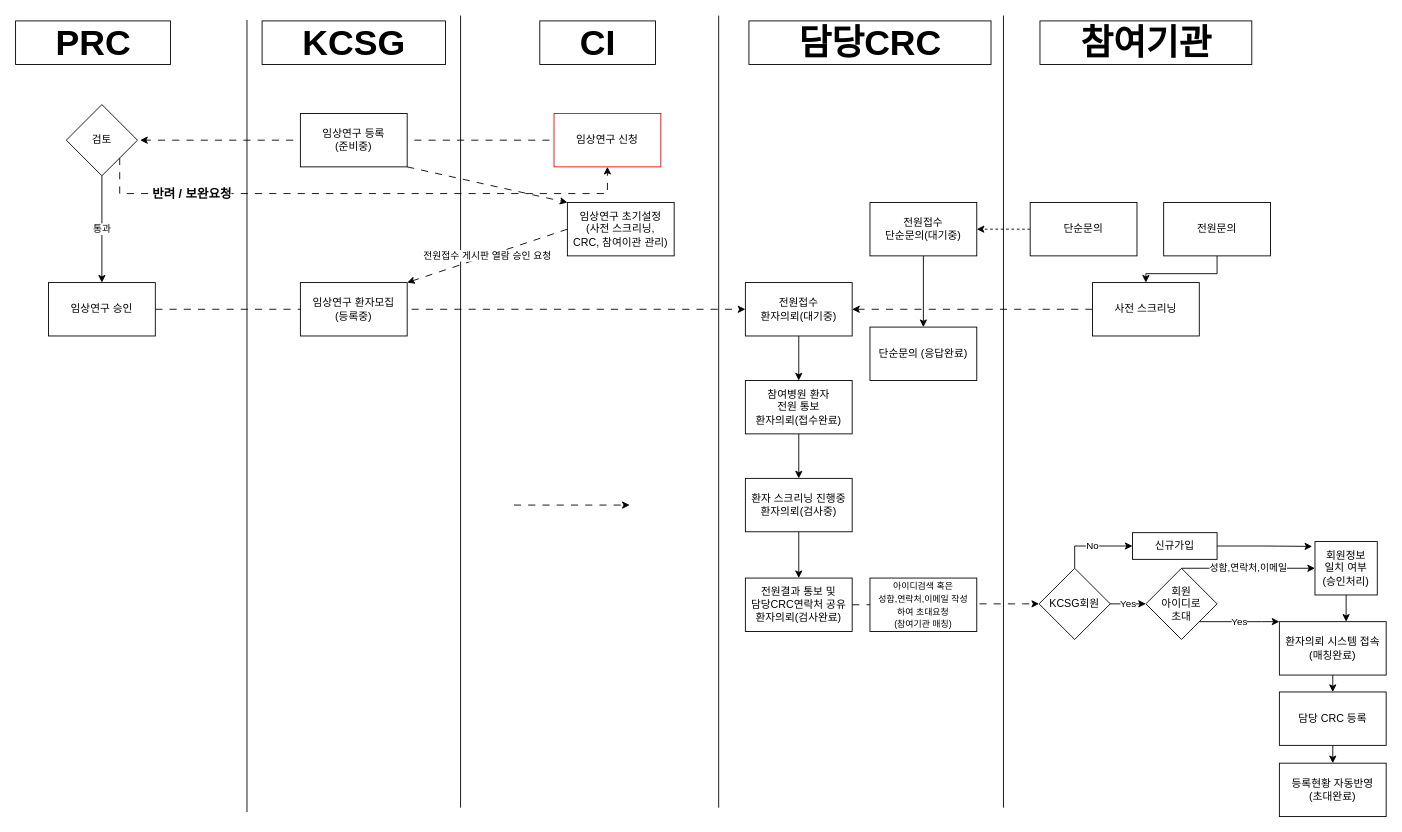
This is page "Process" (1 of 2) of Algo/withSystem.drawio from Mark1237200/Projects, a draw.io file, before an edit. Source tidied: cells renumbered, new cells numbered last; positions are measured from the earlier drawing's top-left corner, leaving out a move shared by most shapes. Both pictures are drawn from the tidied source at 89%, with x=0, y=0 at pixel (48, 15).
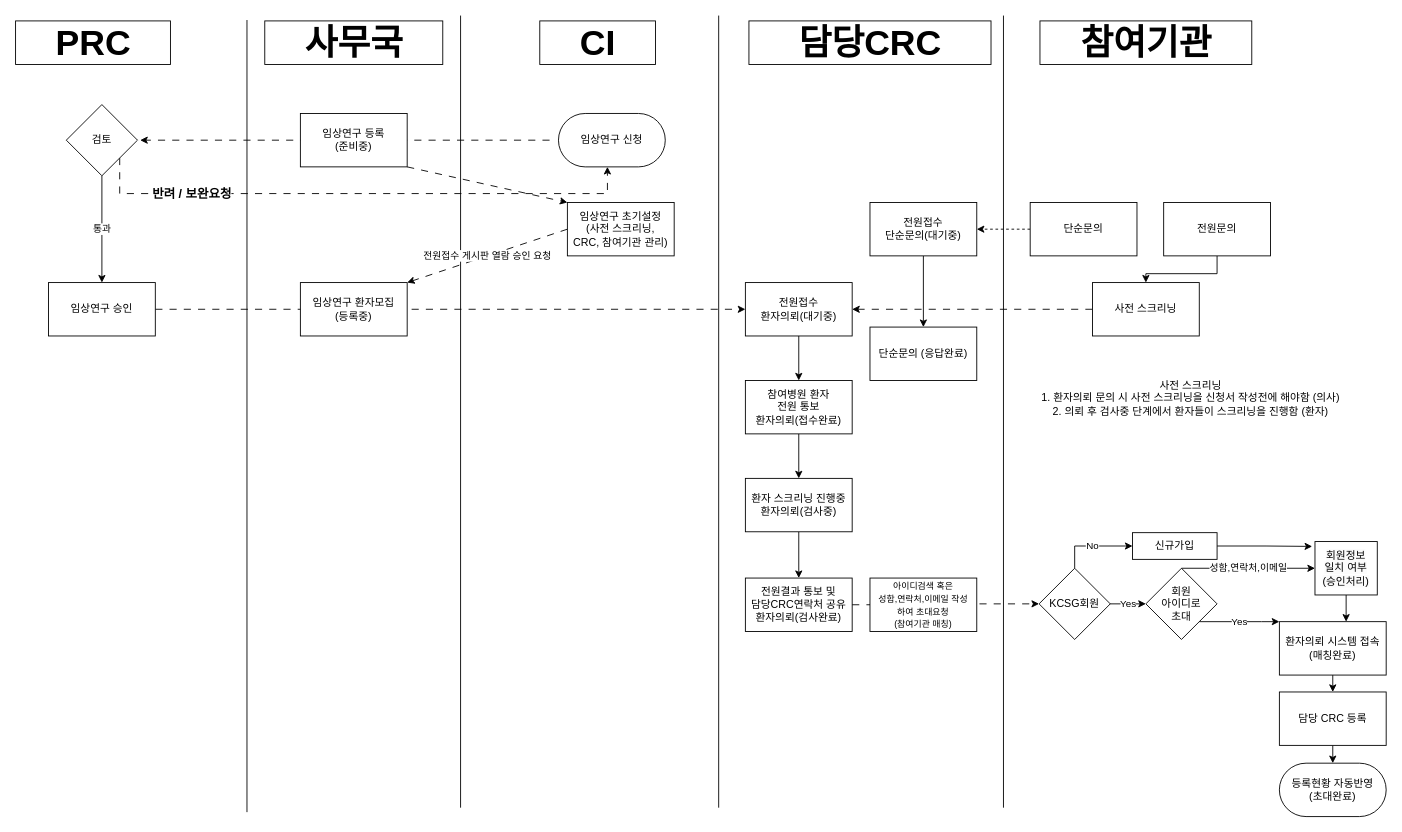
After the change.

Commit message:
process and sitemap

Unchanged cells that the change refers to:
```xml
<mxCell id="11" value="검토" style="rhombus;whiteSpace=wrap;html=1;rounded=0;" parent="1" vertex="1">
  <mxGeometry x="20" y="100" width="80" height="80" as="geometry" />
</mxCell>
<mxCell id="55" value="담당 CRC 등록" style="whiteSpace=wrap;html=1;" parent="1" vertex="1">
  <mxGeometry x="1383" y="760" width="120" height="60" as="geometry" />
</mxCell>
```

What changed in the source:
```diff
@@
-    <mxCell id="8" value="임상연구 신청" style="rounded=0;whiteSpace=wrap;html=1;strokeColor=#ff0000;" parent="1" vertex="1">
-      <mxGeometry x="568" y="110" width="120" height="60" as="geometry" />
-    </mxCell>
-    <mxCell id="9" value="반려 / 보완요청" style="edgeStyle=orthogonalEdgeStyle;rounded=0;jettySize=auto;html=1;exitX=1;exitY=1;exitDx=0;exitDy=0;dashed=1;dashPattern=8 8;fontStyle=1;fontSize=14;entryX=0.5;entryY=1;entryDx=0;entryDy=0;" parent="1" edge="1" source="11" target="8">
+    <mxCell id="9" value="반려 / 보완요청" style="edgeStyle=orthogonalEdgeStyle;rounded=0;jettySize=auto;html=1;exitX=1;exitY=1;exitDx=0;exitDy=0;dashed=1;dashPattern=8 8;fontStyle=1;fontSize=14;entryX=0.5;entryY=1;entryDx=0;entryDy=0;" parent="1" edge="1" source="11">
       <mxGeometry x="-0.61" relative="1" as="geometry">
+        <mxPoint x="628" y="170" as="targetPoint" />
         <Array as="points">
           <mxPoint x="80" y="200" />
           <mxPoint x="628" y="200" />
         </Array>
       </mxGeometry>
     </mxCell>
@@
-    <mxCell id="13" value="&amp;nbsp; &amp;nbsp; KCSG&amp;nbsp; &amp;nbsp;&amp;nbsp;" style="text;strokeColor=none;fillColor=none;html=1;fontSize=40;fontStyle=1;verticalAlign=middle;align=center;labelBackgroundColor=#ffffff;labelBorderColor=default;" parent="1" vertex="1">
+    <mxCell id="13" value="&amp;nbsp; &amp;nbsp; 사무국&amp;nbsp; &amp;nbsp;&amp;nbsp;" style="text;strokeColor=none;fillColor=none;html=1;fontSize=40;fontStyle=1;verticalAlign=middle;align=center;labelBackgroundColor=#ffffff;labelBorderColor=default;" parent="1" vertex="1">
       <mxGeometry x="293" y="10" width="100" height="40" as="geometry" />
     </mxCell>
@@
-    <mxCell id="19" value="임상연구 초기설정&lt;br&gt;(사전 스크리닝,&lt;br&gt;CRC, 참여이관 관리)" style="rounded=0;whiteSpace=wrap;html=1;" parent="1" vertex="1">
+    <mxCell id="19" value="임상연구 초기설정&lt;br&gt;(사전 스크리닝,&lt;br&gt;CRC, 참여기관 관리)" style="rounded=0;whiteSpace=wrap;html=1;" parent="1" vertex="1">
       <mxGeometry x="583" y="210" width="120" height="60" as="geometry" />
     </mxCell>
-    <mxCell id="20" style="edgeStyle=orthogonalEdgeStyle;rounded=0;orthogonalLoop=1;jettySize=auto;html=1;dashed=1;dashPattern=8 8;" parent="1" edge="1">
-      <mxGeometry relative="1" as="geometry">
-        <mxPoint x="523" y="550" as="sourcePoint" />
-        <mxPoint x="653" y="550" as="targetPoint" />
-      </mxGeometry>
-    </mxCell>
@@
-    <mxCell id="54" style="edgeStyle=orthogonalEdgeStyle;rounded=0;jettySize=auto;html=1;exitX=0.5;exitY=1;exitDx=0;exitDy=0;entryX=0.5;entryY=0;entryDx=0;entryDy=0;" parent="1" edge="1" source="55" target="57">
-      <mxGeometry relative="1" as="geometry" />
+    <mxCell id="54" style="edgeStyle=orthogonalEdgeStyle;rounded=0;jettySize=auto;html=1;exitX=0.5;exitY=1;exitDx=0;exitDy=0;entryX=0.5;entryY=0;entryDx=0;entryDy=0;" parent="1" edge="1" source="55">
+      <mxGeometry relative="1" as="geometry">
+        <mxPoint x="1443" y="840" as="targetPoint" />
+      </mxGeometry>
     </mxCell>
@@
+    <mxCell id="8" value="임상연구 신청" style="rounded=1;whiteSpace=wrap;html=1;arcSize=50;" parent="1" vertex="1">
+      <mxGeometry x="573" y="110" width="120" height="60" as="geometry" />
+    </mxCell>
-    <mxCell id="57" value="등록현황 자동반영&lt;br&gt;(초대완료)" style="whiteSpace=wrap;html=1;" parent="1" vertex="1">
+    <mxCell id="57" value="등록현황 자동반영&lt;br&gt;(초대완료)" style="rounded=1;whiteSpace=wrap;html=1;arcSize=50;" parent="1" vertex="1">
       <mxGeometry x="1383" y="840" width="120" height="60" as="geometry" />
     </mxCell>
+    <mxCell id="58" value="사전 스크리닝&lt;br&gt;1. 환자의뢰 문의 시 사전 스크리닝을 신청서 작성전에 해야함 (의사)&lt;br&gt;2. 의뢰 후 검사중 단계에서 환자들이 스크리닝을 진행함 (환자)" style="text;html=1;align=center;verticalAlign=middle;strokeColor=none;fillColor=none;" parent="1" vertex="1">
+      <mxGeometry x="1093" y="400" width="380" height="60" as="geometry" />
+    </mxCell>
```
